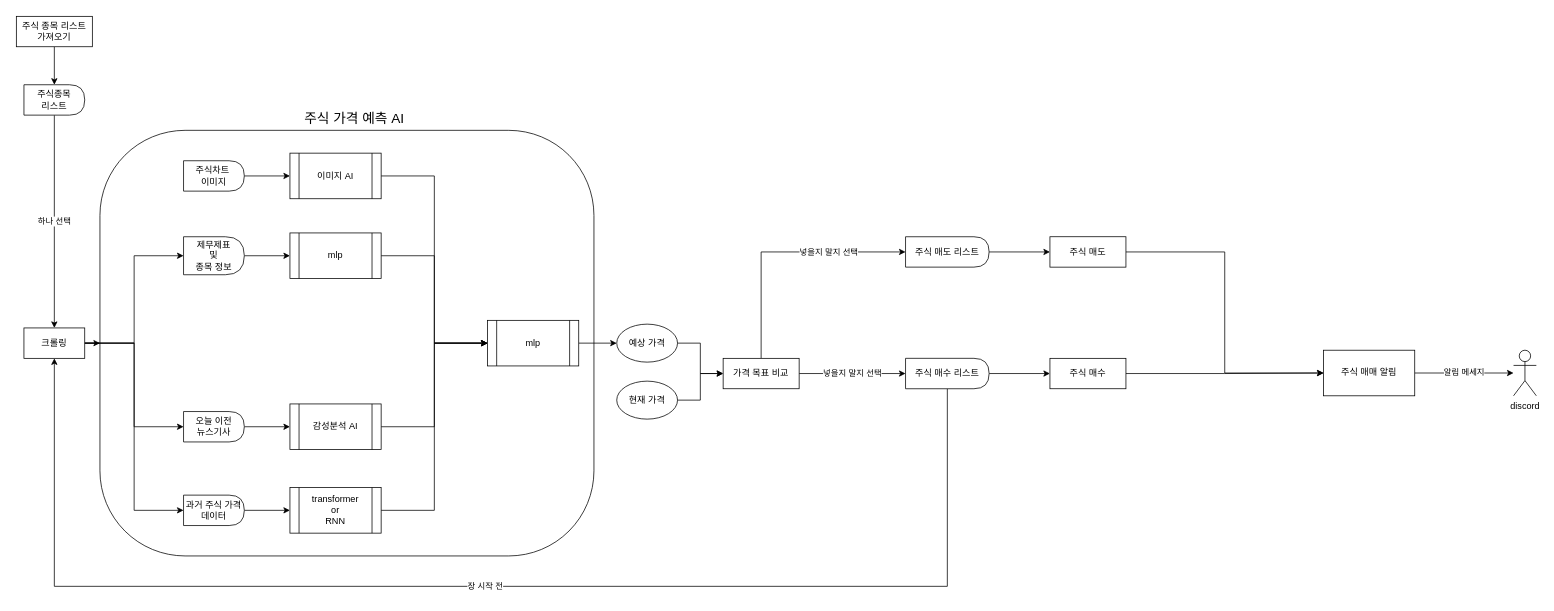
Earlier version of the draw.io diagram page "프로그램 전체 흐름도" (1 of 6) of 주식자동매매.drawio (srejis/stock_auto). Source tidied: cells renumbered, new cells numbered last; positions are measured from the earlier drawing's top-left corner, leaving out a move shared by most shapes. Both pictures are drawn from the tidied source at 76%, with x=0, y=0 at pixel (16, 16).
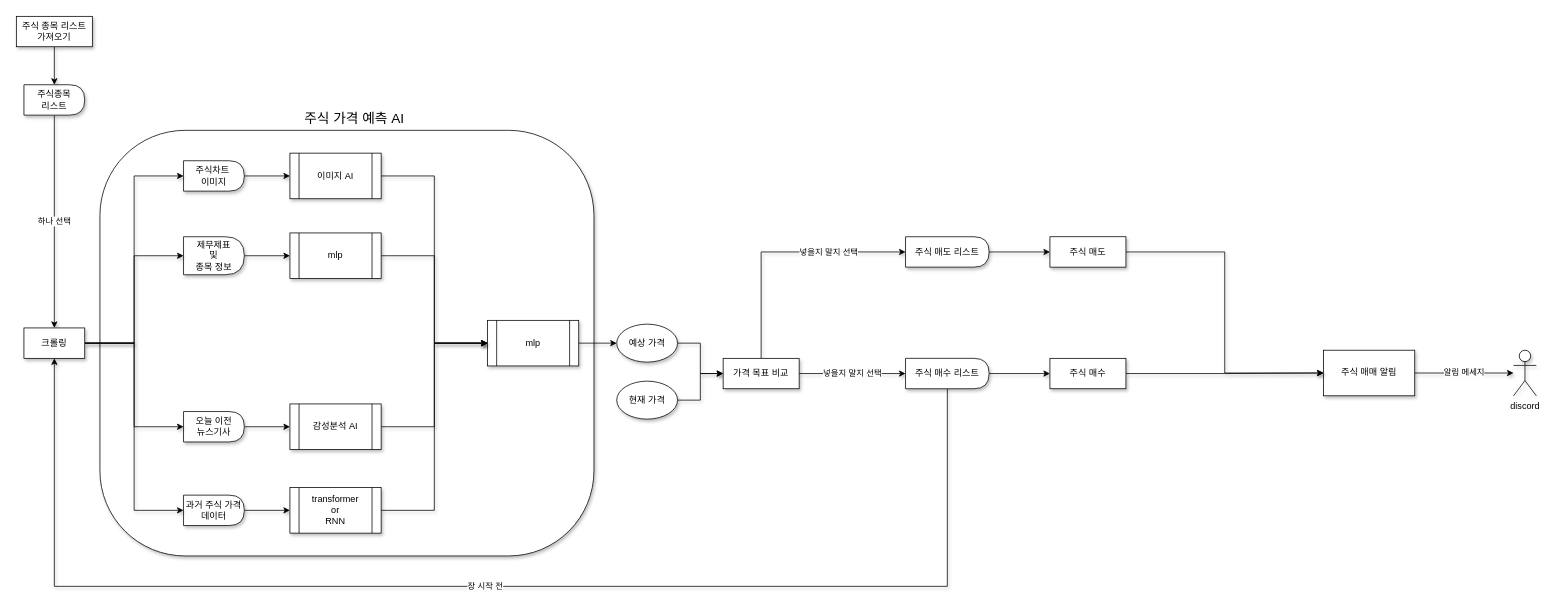
The same diagram, later.

Commit message:
주식자동매매.drawio 업데이트

The edit, as a diff of the source:
```diff
@@
-    <mxCell id="2" style="rounded=1;whiteSpace=wrap;html=1;arcSize=20;" parent="1" vertex="1">
+    <mxCell id="2" style="rounded=1;whiteSpace=wrap;html=1;arcSize=20;shadow=1;" parent="1" vertex="1">
       <mxGeometry x="110" y="150" width="650" height="560" as="geometry" />
     </mxCell>
-    <mxCell id="3" value="discord" style="shape=umlActor;verticalLabelPosition=bottom;verticalAlign=top;html=1;outlineConnect=0;" parent="1" vertex="1">
+    <mxCell id="3" value="discord" style="shape=umlActor;verticalLabelPosition=bottom;verticalAlign=top;html=1;outlineConnect=0;shadow=1;" parent="1" vertex="1">
       <mxGeometry x="1970" y="439.3" width="30" height="60" as="geometry" />
     </mxCell>
-    <mxCell id="4" value="알림 메세지" style="edgeStyle=orthogonalEdgeStyle;rounded=0;jettySize=auto;html=1;exitX=1;exitY=0.5;exitDx=0;exitDy=0;" parent="1" edge="1" source="5" target="3">
+    <mxCell id="4" value="알림 메세지" style="edgeStyle=orthogonalEdgeStyle;rounded=0;jettySize=auto;html=1;exitX=1;exitY=0.5;exitDx=0;exitDy=0;shadow=1;" parent="1" edge="1" source="5" target="3">
       <mxGeometry relative="1" as="geometry" />
     </mxCell>
-    <mxCell id="5" value="주식 매매 알림" style="rounded=0;whiteSpace=wrap;html=1;" parent="1" vertex="1">
+    <mxCell id="5" value="주식 매매 알림" style="rounded=0;whiteSpace=wrap;html=1;shadow=1;" parent="1" vertex="1">
       <mxGeometry x="1720" y="439.3" width="120" height="60" as="geometry" />
     </mxCell>
-    <mxCell id="6" style="edgeStyle=orthogonalEdgeStyle;rounded=0;orthogonalLoop=1;jettySize=auto;html=1;exitX=0.5;exitY=1;exitDx=0;exitDy=0;" parent="1" edge="1" source="5" target="5">
+    <mxCell id="6" style="edgeStyle=orthogonalEdgeStyle;rounded=0;orthogonalLoop=1;jettySize=auto;html=1;exitX=0.5;exitY=1;exitDx=0;exitDy=0;shadow=1;" parent="1" edge="1" source="5" target="5">
       <mxGeometry relative="1" as="geometry" />
     </mxCell>
-    <mxCell id="7" value="하나 선택" style="edgeStyle=orthogonalEdgeStyle;rounded=0;jettySize=auto;html=1;exitX=0.5;exitY=1;exitDx=0;exitDy=0;entryX=0.5;entryY=0;entryDx=0;entryDy=0;" parent="1" edge="1" source="8" target="30">
+    <mxCell id="7" value="하나 선택" style="edgeStyle=orthogonalEdgeStyle;rounded=0;jettySize=auto;html=1;exitX=0.5;exitY=1;exitDx=0;exitDy=0;entryX=0.5;entryY=0;entryDx=0;entryDy=0;shadow=1;" parent="1" edge="1" source="8" target="30">
       <mxGeometry relative="1" as="geometry" />
     </mxCell>
-    <mxCell id="8" value="주식종목&lt;div&gt;리스트&lt;/div&gt;" style="shape=delay;whiteSpace=wrap;html=1;" parent="1" vertex="1">
+    <mxCell id="8" value="주식종목&lt;div&gt;리스트&lt;/div&gt;" style="shape=delay;whiteSpace=wrap;html=1;shadow=1;" parent="1" vertex="1">
       <mxGeometry x="10" y="90" width="80" height="40" as="geometry" />
     </mxCell>
-    <mxCell id="9" style="edgeStyle=orthogonalEdgeStyle;rounded=0;jettySize=auto;html=1;exitX=1;exitY=0.5;exitDx=0;exitDy=0;entryX=0;entryY=0.5;entryDx=0;entryDy=0;" parent="1" edge="1" source="10" target="24">
+    <mxCell id="9" style="edgeStyle=orthogonalEdgeStyle;rounded=0;jettySize=auto;html=1;exitX=1;exitY=0.5;exitDx=0;exitDy=0;entryX=0;entryY=0.5;entryDx=0;entryDy=0;shadow=1;" parent="1" edge="1" source="10" target="24">
       <mxGeometry relative="1" as="geometry" />
     </mxCell>
-    <mxCell id="10" value="과거 주식 가격 데이터" style="shape=delay;whiteSpace=wrap;html=1;" parent="1" vertex="1">
+    <mxCell id="10" value="과거 주식 가격 데이터" style="shape=delay;whiteSpace=wrap;html=1;shadow=1;" parent="1" vertex="1">
       <mxGeometry x="220" y="630" width="80" height="40" as="geometry" />
     </mxCell>
-    <mxCell id="11" style="edgeStyle=orthogonalEdgeStyle;rounded=0;jettySize=auto;html=1;exitX=1;exitY=0.5;exitDx=0;exitDy=0;entryX=0;entryY=0.5;entryDx=0;entryDy=0;" parent="1" edge="1" source="12" target="20">
+    <mxCell id="11" style="edgeStyle=orthogonalEdgeStyle;rounded=0;jettySize=auto;html=1;exitX=1;exitY=0.5;exitDx=0;exitDy=0;entryX=0;entryY=0.5;entryDx=0;entryDy=0;shadow=1;" parent="1" edge="1" source="12" target="20">
       <mxGeometry relative="1" as="geometry" />
     </mxCell>
-    <mxCell id="12" value="주식차트&amp;nbsp;&lt;div&gt;이미지&lt;/div&gt;" style="shape=delay;whiteSpace=wrap;html=1;" parent="1" vertex="1">
+    <mxCell id="12" value="주식차트&amp;nbsp;&lt;div&gt;이미지&lt;/div&gt;" style="shape=delay;whiteSpace=wrap;html=1;shadow=1;" parent="1" vertex="1">
       <mxGeometry x="220" y="190" width="80" height="40" as="geometry" />
     </mxCell>
-    <mxCell id="13" style="edgeStyle=orthogonalEdgeStyle;rounded=0;jettySize=auto;html=1;exitX=1;exitY=0.5;exitDx=0;exitDy=0;entryX=0;entryY=0.5;entryDx=0;entryDy=0;" parent="1" edge="1" source="14" target="18">
+    <mxCell id="13" style="edgeStyle=orthogonalEdgeStyle;rounded=0;jettySize=auto;html=1;exitX=1;exitY=0.5;exitDx=0;exitDy=0;entryX=0;entryY=0.5;entryDx=0;entryDy=0;shadow=1;" parent="1" edge="1" source="14" target="18">
       <mxGeometry relative="1" as="geometry" />
     </mxCell>
-    <mxCell id="14" value="오늘 이전&lt;div&gt;뉴스기사&lt;/div&gt;" style="shape=delay;whiteSpace=wrap;html=1;" parent="1" vertex="1">
+    <mxCell id="14" value="오늘 이전&lt;div&gt;뉴스기사&lt;/div&gt;" style="shape=delay;whiteSpace=wrap;html=1;shadow=1;" parent="1" vertex="1">
       <mxGeometry x="220" y="520" width="80" height="40" as="geometry" />
     </mxCell>
-    <mxCell id="15" style="edgeStyle=orthogonalEdgeStyle;rounded=0;jettySize=auto;html=1;exitX=1;exitY=0.5;exitDx=0;exitDy=0;entryX=0;entryY=0.5;entryDx=0;entryDy=0;" parent="1" edge="1" source="16" target="26">
+    <mxCell id="15" style="edgeStyle=orthogonalEdgeStyle;rounded=0;jettySize=auto;html=1;exitX=1;exitY=0.5;exitDx=0;exitDy=0;entryX=0;entryY=0.5;entryDx=0;entryDy=0;shadow=1;" parent="1" edge="1" source="16" target="26">
       <mxGeometry relative="1" as="geometry" />
     </mxCell>
-    <mxCell id="16" value="제무제표&lt;div&gt;및&lt;/div&gt;&lt;div&gt;종목 정보&lt;/div&gt;" style="shape=delay;whiteSpace=wrap;html=1;" parent="1" vertex="1">
+    <mxCell id="16" value="제무제표&lt;div&gt;및&lt;/div&gt;&lt;div&gt;종목 정보&lt;/div&gt;" style="shape=delay;whiteSpace=wrap;html=1;shadow=1;" parent="1" vertex="1">
       <mxGeometry x="220" y="290" width="80" height="50" as="geometry" />
     </mxCell>
-    <mxCell id="17" style="edgeStyle=orthogonalEdgeStyle;rounded=0;jettySize=auto;html=1;exitX=1;exitY=0.5;exitDx=0;exitDy=0;entryX=0;entryY=0.5;entryDx=0;entryDy=0;" parent="1" edge="1" source="18" target="22">
+    <mxCell id="17" style="edgeStyle=orthogonalEdgeStyle;rounded=0;jettySize=auto;html=1;exitX=1;exitY=0.5;exitDx=0;exitDy=0;entryX=0;entryY=0.5;entryDx=0;entryDy=0;shadow=1;" parent="1" edge="1" source="18" target="22">
       <mxGeometry relative="1" as="geometry" />
     </mxCell>
-    <mxCell id="18" value="감성분석 AI" style="shape=process;whiteSpace=wrap;html=1;backgroundOutline=1;" parent="1" vertex="1">
+    <mxCell id="18" value="감성분석 AI" style="shape=process;whiteSpace=wrap;html=1;backgroundOutline=1;shadow=1;" parent="1" vertex="1">
       <mxGeometry x="360" y="510" width="120" height="60" as="geometry" />
     </mxCell>
-    <mxCell id="19" style="edgeStyle=orthogonalEdgeStyle;rounded=0;jettySize=auto;html=1;exitX=1;exitY=0.5;exitDx=0;exitDy=0;entryX=0;entryY=0.5;entryDx=0;entryDy=0;" parent="1" edge="1" source="20" target="22">
+    <mxCell id="19" style="edgeStyle=orthogonalEdgeStyle;rounded=0;jettySize=auto;html=1;exitX=1;exitY=0.5;exitDx=0;exitDy=0;entryX=0;entryY=0.5;entryDx=0;entryDy=0;shadow=1;" parent="1" edge="1" source="20" target="22">
       <mxGeometry relative="1" as="geometry" />
     </mxCell>
-    <mxCell id="20" value="이미지 AI" style="shape=process;whiteSpace=wrap;html=1;backgroundOutline=1;" parent="1" vertex="1">
+    <mxCell id="20" value="이미지 AI" style="shape=process;whiteSpace=wrap;html=1;backgroundOutline=1;shadow=1;" parent="1" vertex="1">
       <mxGeometry x="360" y="180" width="120" height="60" as="geometry" />
     </mxCell>
-    <mxCell id="21" style="edgeStyle=orthogonalEdgeStyle;rounded=0;jettySize=auto;html=1;exitX=1;exitY=0.5;exitDx=0;exitDy=0;" parent="1" edge="1" source="22" target="34">
+    <mxCell id="21" style="edgeStyle=orthogonalEdgeStyle;rounded=0;jettySize=auto;html=1;exitX=1;exitY=0.5;exitDx=0;exitDy=0;shadow=1;" parent="1" edge="1" source="22" target="34">
       <mxGeometry relative="1" as="geometry" />
     </mxCell>
-    <mxCell id="22" value="mlp" style="shape=process;whiteSpace=wrap;html=1;backgroundOutline=1;" parent="1" vertex="1">
+    <mxCell id="22" value="mlp" style="shape=process;whiteSpace=wrap;html=1;backgroundOutline=1;shadow=1;" parent="1" vertex="1">
       <mxGeometry x="620" y="400" width="120" height="60" as="geometry" />
     </mxCell>
-    <mxCell id="23" style="edgeStyle=orthogonalEdgeStyle;rounded=0;jettySize=auto;html=1;exitX=1;exitY=0.5;exitDx=0;exitDy=0;entryX=0;entryY=0.5;entryDx=0;entryDy=0;" parent="1" edge="1" source="24" target="22">
+    <mxCell id="23" style="edgeStyle=orthogonalEdgeStyle;rounded=0;jettySize=auto;html=1;exitX=1;exitY=0.5;exitDx=0;exitDy=0;entryX=0;entryY=0.5;entryDx=0;entryDy=0;shadow=1;" parent="1" edge="1" source="24" target="22">
       <mxGeometry relative="1" as="geometry" />
     </mxCell>
-    <mxCell id="24" value="transformer&lt;div&gt;or&lt;br&gt;&lt;div&gt;RNN&lt;/div&gt;&lt;/div&gt;" style="shape=process;whiteSpace=wrap;html=1;backgroundOutline=1;" parent="1" vertex="1">
+    <mxCell id="24" value="transformer&lt;div&gt;or&lt;br&gt;&lt;div&gt;RNN&lt;/div&gt;&lt;/div&gt;" style="shape=process;whiteSpace=wrap;html=1;backgroundOutline=1;shadow=1;" parent="1" vertex="1">
       <mxGeometry x="360" y="620" width="120" height="60" as="geometry" />
     </mxCell>
-    <mxCell id="25" style="edgeStyle=orthogonalEdgeStyle;rounded=0;jettySize=auto;html=1;exitX=1;exitY=0.5;exitDx=0;exitDy=0;entryX=0;entryY=0.5;entryDx=0;entryDy=0;" parent="1" edge="1" source="26" target="22">
+    <mxCell id="25" style="edgeStyle=orthogonalEdgeStyle;rounded=0;jettySize=auto;html=1;exitX=1;exitY=0.5;exitDx=0;exitDy=0;entryX=0;entryY=0.5;entryDx=0;entryDy=0;shadow=1;" parent="1" edge="1" source="26" target="22">
       <mxGeometry relative="1" as="geometry" />
     </mxCell>
-    <mxCell id="26" value="mlp" style="shape=process;whiteSpace=wrap;html=1;backgroundOutline=1;" parent="1" vertex="1">
+    <mxCell id="26" value="mlp" style="shape=process;whiteSpace=wrap;html=1;backgroundOutline=1;shadow=1;" parent="1" vertex="1">
       <mxGeometry x="360" y="285" width="120" height="60" as="geometry" />
     </mxCell>
-    <mxCell id="27" style="edgeStyle=orthogonalEdgeStyle;rounded=0;jettySize=auto;html=1;exitX=1;exitY=0.5;exitDx=0;exitDy=0;entryX=0;entryY=0.5;entryDx=0;entryDy=0;" parent="1" edge="1" source="30" target="16">
+    <mxCell id="27" style="edgeStyle=orthogonalEdgeStyle;rounded=0;jettySize=auto;html=1;exitX=1;exitY=0.5;exitDx=0;exitDy=0;entryX=0;entryY=0.5;entryDx=0;entryDy=0;shadow=1;" parent="1" edge="1" source="30" target="16">
       <mxGeometry relative="1" as="geometry" />
     </mxCell>
-    <mxCell id="28" style="edgeStyle=orthogonalEdgeStyle;rounded=0;jettySize=auto;html=1;exitX=1;exitY=0.5;exitDx=0;exitDy=0;entryX=0;entryY=0.5;entryDx=0;entryDy=0;" parent="1" edge="1" source="30" target="14">
+    <mxCell id="28" style="edgeStyle=orthogonalEdgeStyle;rounded=0;jettySize=auto;html=1;exitX=1;exitY=0.5;exitDx=0;exitDy=0;entryX=0;entryY=0.5;entryDx=0;entryDy=0;shadow=1;" parent="1" edge="1" source="30" target="14">
       <mxGeometry relative="1" as="geometry" />
     </mxCell>
-    <mxCell id="29" style="edgeStyle=orthogonalEdgeStyle;rounded=0;jettySize=auto;html=1;exitX=1;exitY=0.5;exitDx=0;exitDy=0;entryX=0;entryY=0.5;entryDx=0;entryDy=0;" parent="1" edge="1" source="30" target="10">
+    <mxCell id="29" style="edgeStyle=orthogonalEdgeStyle;rounded=0;jettySize=auto;html=1;exitX=1;exitY=0.5;exitDx=0;exitDy=0;entryX=0;entryY=0.5;entryDx=0;entryDy=0;shadow=1;" parent="1" edge="1" source="30" target="10">
       <mxGeometry relative="1" as="geometry" />
     </mxCell>
+    <mxCell id="51" style="edgeStyle=orthogonalEdgeStyle;rounded=0;jettySize=auto;html=1;exitX=1;exitY=0.5;exitDx=0;exitDy=0;entryX=0;entryY=0.5;entryDx=0;entryDy=0;shadow=1;" parent="1" edge="1" source="30" target="12">
+      <mxGeometry relative="1" as="geometry" />
+    </mxCell>
-    <mxCell id="30" value="크롤링" style="rounded=0;whiteSpace=wrap;html=1;" parent="1" vertex="1">
+    <mxCell id="30" value="크롤링" style="rounded=0;whiteSpace=wrap;html=1;shadow=1;" parent="1" vertex="1">
       <mxGeometry x="10" y="410" width="80" height="40" as="geometry" />
     </mxCell>
-    <mxCell id="31" style="edgeStyle=orthogonalEdgeStyle;rounded=0;jettySize=auto;html=1;exitX=1;exitY=0.5;exitDx=0;exitDy=0;entryX=0;entryY=0.5;entryDx=0;entryDy=0;" parent="1" edge="1" source="32" target="37">
+    <mxCell id="31" style="edgeStyle=orthogonalEdgeStyle;rounded=0;jettySize=auto;html=1;exitX=1;exitY=0.5;exitDx=0;exitDy=0;entryX=0;entryY=0.5;entryDx=0;entryDy=0;shadow=1;" parent="1" edge="1" source="32" target="37">
       <mxGeometry relative="1" as="geometry" />
     </mxCell>
-    <mxCell id="32" value="현재 가격" style="ellipse;whiteSpace=wrap;html=1;" parent="1" vertex="1">
+    <mxCell id="32" value="현재 가격" style="ellipse;whiteSpace=wrap;html=1;shadow=1;" parent="1" vertex="1">
       <mxGeometry x="790" y="480" width="80" height="50" as="geometry" />
     </mxCell>
-    <mxCell id="33" style="edgeStyle=orthogonalEdgeStyle;rounded=0;jettySize=auto;html=1;exitX=1;exitY=0.5;exitDx=0;exitDy=0;entryX=0;entryY=0.5;entryDx=0;entryDy=0;" parent="1" edge="1" source="34" target="37">
+    <mxCell id="33" style="edgeStyle=orthogonalEdgeStyle;rounded=0;jettySize=auto;html=1;exitX=1;exitY=0.5;exitDx=0;exitDy=0;entryX=0;entryY=0.5;entryDx=0;entryDy=0;shadow=1;" parent="1" edge="1" source="34" target="37">
       <mxGeometry relative="1" as="geometry" />
     </mxCell>
-    <mxCell id="34" value="예상 가격" style="ellipse;whiteSpace=wrap;html=1;" parent="1" vertex="1">
+    <mxCell id="34" value="예상 가격" style="ellipse;whiteSpace=wrap;html=1;shadow=1;" parent="1" vertex="1">
       <mxGeometry x="790" y="405" width="80" height="50" as="geometry" />
     </mxCell>
-    <mxCell id="35" value="넣을지 말지 선택" style="edgeStyle=orthogonalEdgeStyle;rounded=0;jettySize=auto;html=1;exitX=1;exitY=0.5;exitDx=0;exitDy=0;entryX=0;entryY=0.5;entryDx=0;entryDy=0;" parent="1" edge="1" source="37" target="40">
+    <mxCell id="35" value="넣을지 말지 선택" style="edgeStyle=orthogonalEdgeStyle;rounded=0;jettySize=auto;html=1;exitX=1;exitY=0.5;exitDx=0;exitDy=0;entryX=0;entryY=0.5;entryDx=0;entryDy=0;shadow=1;" parent="1" edge="1" source="37" target="40">
       <mxGeometry relative="1" as="geometry" />
     </mxCell>
-    <mxCell id="36" value="넣을지 말지 선택" style="edgeStyle=orthogonalEdgeStyle;rounded=0;jettySize=auto;html=1;exitX=0.5;exitY=0;exitDx=0;exitDy=0;entryX=0;entryY=0.5;entryDx=0;entryDy=0;" parent="1" edge="1" source="37" target="44">
+    <mxCell id="36" value="넣을지 말지 선택" style="edgeStyle=orthogonalEdgeStyle;rounded=0;jettySize=auto;html=1;exitX=0.5;exitY=0;exitDx=0;exitDy=0;entryX=0;entryY=0.5;entryDx=0;entryDy=0;shadow=1;" parent="1" edge="1" source="37" target="44">
       <mxGeometry x="0.39" relative="1" as="geometry" />
     </mxCell>
-    <mxCell id="37" value="가격 목표 비교" style="rounded=0;whiteSpace=wrap;html=1;" parent="1" vertex="1">
+    <mxCell id="37" value="가격 목표 비교" style="rounded=0;whiteSpace=wrap;html=1;shadow=1;" parent="1" vertex="1">
       <mxGeometry x="930" y="450" width="100" height="40" as="geometry" />
     </mxCell>
-    <mxCell id="38" style="edgeStyle=orthogonalEdgeStyle;rounded=0;jettySize=auto;html=1;exitX=1;exitY=0.5;exitDx=0;exitDy=0;entryX=0;entryY=0.5;entryDx=0;entryDy=0;" parent="1" edge="1" source="40" target="42">
+    <mxCell id="38" style="edgeStyle=orthogonalEdgeStyle;rounded=0;jettySize=auto;html=1;exitX=1;exitY=0.5;exitDx=0;exitDy=0;entryX=0;entryY=0.5;entryDx=0;entryDy=0;shadow=1;" parent="1" edge="1" source="40" target="42">
       <mxGeometry relative="1" as="geometry" />
     </mxCell>
-    <mxCell id="39" value="장 시작 전" style="edgeStyle=orthogonalEdgeStyle;rounded=0;jettySize=auto;html=1;entryX=0.5;entryY=1;entryDx=0;entryDy=0;" parent="1" edge="1" source="40" target="30">
+    <mxCell id="39" value="장 시작 전" style="edgeStyle=orthogonalEdgeStyle;rounded=0;jettySize=auto;html=1;entryX=0.5;entryY=1;entryDx=0;entryDy=0;shadow=1;" parent="1" edge="1" source="40" target="30">
       <mxGeometry relative="1" as="geometry">
         <Array as="points">
           <mxPoint x="1225" y="750" />
           <mxPoint x="50" y="750" />
         </Array>
       </mxGeometry>
     </mxCell>
-    <mxCell id="40" value="주식 매수 리스트" style="shape=delay;whiteSpace=wrap;html=1;" parent="1" vertex="1">
+    <mxCell id="40" value="주식 매수 리스트" style="shape=delay;whiteSpace=wrap;html=1;shadow=1;" parent="1" vertex="1">
       <mxGeometry x="1170" y="450" width="110" height="40" as="geometry" />
     </mxCell>
-    <mxCell id="41" style="edgeStyle=orthogonalEdgeStyle;rounded=0;jettySize=auto;html=1;exitX=1;exitY=0.5;exitDx=0;exitDy=0;entryX=0;entryY=0.5;entryDx=0;entryDy=0;" parent="1" edge="1" source="42" target="5">
+    <mxCell id="41" style="edgeStyle=orthogonalEdgeStyle;rounded=0;jettySize=auto;html=1;exitX=1;exitY=0.5;exitDx=0;exitDy=0;entryX=0;entryY=0.5;entryDx=0;entryDy=0;shadow=1;" parent="1" edge="1" source="42" target="5">
       <mxGeometry relative="1" as="geometry" />
     </mxCell>
-    <mxCell id="42" value="주식 매수" style="rounded=0;whiteSpace=wrap;html=1;" parent="1" vertex="1">
+    <mxCell id="42" value="주식 매수" style="rounded=0;whiteSpace=wrap;html=1;shadow=1;" parent="1" vertex="1">
       <mxGeometry x="1360" y="450" width="100" height="40" as="geometry" />
     </mxCell>
-    <mxCell id="43" style="edgeStyle=orthogonalEdgeStyle;rounded=0;jettySize=auto;html=1;exitX=1;exitY=0.5;exitDx=0;exitDy=0;entryX=0;entryY=0.5;entryDx=0;entryDy=0;" parent="1" edge="1" source="44" target="46">
+    <mxCell id="43" style="edgeStyle=orthogonalEdgeStyle;rounded=0;jettySize=auto;html=1;exitX=1;exitY=0.5;exitDx=0;exitDy=0;entryX=0;entryY=0.5;entryDx=0;entryDy=0;shadow=1;" parent="1" edge="1" source="44" target="46">
       <mxGeometry relative="1" as="geometry" />
     </mxCell>
-    <mxCell id="44" value="주식 매도 리스트" style="shape=delay;whiteSpace=wrap;html=1;" parent="1" vertex="1">
+    <mxCell id="44" value="주식 매도 리스트" style="shape=delay;whiteSpace=wrap;html=1;shadow=1;" parent="1" vertex="1">
       <mxGeometry x="1170" y="290" width="110" height="40" as="geometry" />
     </mxCell>
-    <mxCell id="45" style="edgeStyle=orthogonalEdgeStyle;rounded=0;jettySize=auto;html=1;exitX=1;exitY=0.5;exitDx=0;exitDy=0;entryX=0;entryY=0.5;entryDx=0;entryDy=0;" parent="1" edge="1" source="46" target="5">
+    <mxCell id="45" style="edgeStyle=orthogonalEdgeStyle;rounded=0;jettySize=auto;html=1;exitX=1;exitY=0.5;exitDx=0;exitDy=0;entryX=0;entryY=0.5;entryDx=0;entryDy=0;shadow=1;" parent="1" edge="1" source="46" target="5">
       <mxGeometry relative="1" as="geometry" />
     </mxCell>
-    <mxCell id="46" value="주식 매도" style="rounded=0;whiteSpace=wrap;html=1;" parent="1" vertex="1">
+    <mxCell id="46" value="주식 매도" style="rounded=0;whiteSpace=wrap;html=1;shadow=1;" parent="1" vertex="1">
       <mxGeometry x="1360" y="290" width="100" height="40" as="geometry" />
     </mxCell>
-    <mxCell id="47" style="edgeStyle=orthogonalEdgeStyle;rounded=0;jettySize=auto;html=1;exitX=1;exitY=0.5;exitDx=0;exitDy=0;entryX=0;entryY=0.5;entryDx=0;entryDy=0;" parent="1" edge="1" source="30" target="2">
-      <mxGeometry relative="1" as="geometry" />
-    </mxCell>
-    <mxCell id="48" value="&lt;font style=&quot;font-size: 18px;&quot;&gt;주식 가격 예측 AI&lt;/font&gt;" style="text;html=1;align=center;verticalAlign=middle;whiteSpace=wrap;rounded=0;" parent="1" vertex="1">
+    <mxCell id="48" value="&lt;font style=&quot;font-size: 18px;&quot;&gt;주식 가격 예측 AI&lt;/font&gt;" style="text;html=1;align=center;verticalAlign=middle;whiteSpace=wrap;rounded=0;shadow=1;" parent="1" vertex="1">
       <mxGeometry x="360" y="120" width="170" height="30" as="geometry" />
     </mxCell>
-    <mxCell id="49" style="edgeStyle=orthogonalEdgeStyle;rounded=0;jettySize=auto;html=1;exitX=0.5;exitY=1;exitDx=0;exitDy=0;entryX=0.5;entryY=0;entryDx=0;entryDy=0;" parent="1" edge="1" source="50" target="8">
+    <mxCell id="49" style="edgeStyle=orthogonalEdgeStyle;rounded=0;jettySize=auto;html=1;exitX=0.5;exitY=1;exitDx=0;exitDy=0;entryX=0.5;entryY=0;entryDx=0;entryDy=0;shadow=1;" parent="1" edge="1" source="50" target="8">
       <mxGeometry relative="1" as="geometry" />
     </mxCell>
-    <mxCell id="50" value="주식 종목 리스트 가져오기" style="rounded=0;whiteSpace=wrap;html=1;" parent="1" vertex="1">
+    <mxCell id="50" value="주식 종목 리스트 가져오기" style="rounded=0;whiteSpace=wrap;html=1;shadow=1;" parent="1" vertex="1">
       <mxGeometry width="100" height="40" as="geometry" />
     </mxCell>
```
